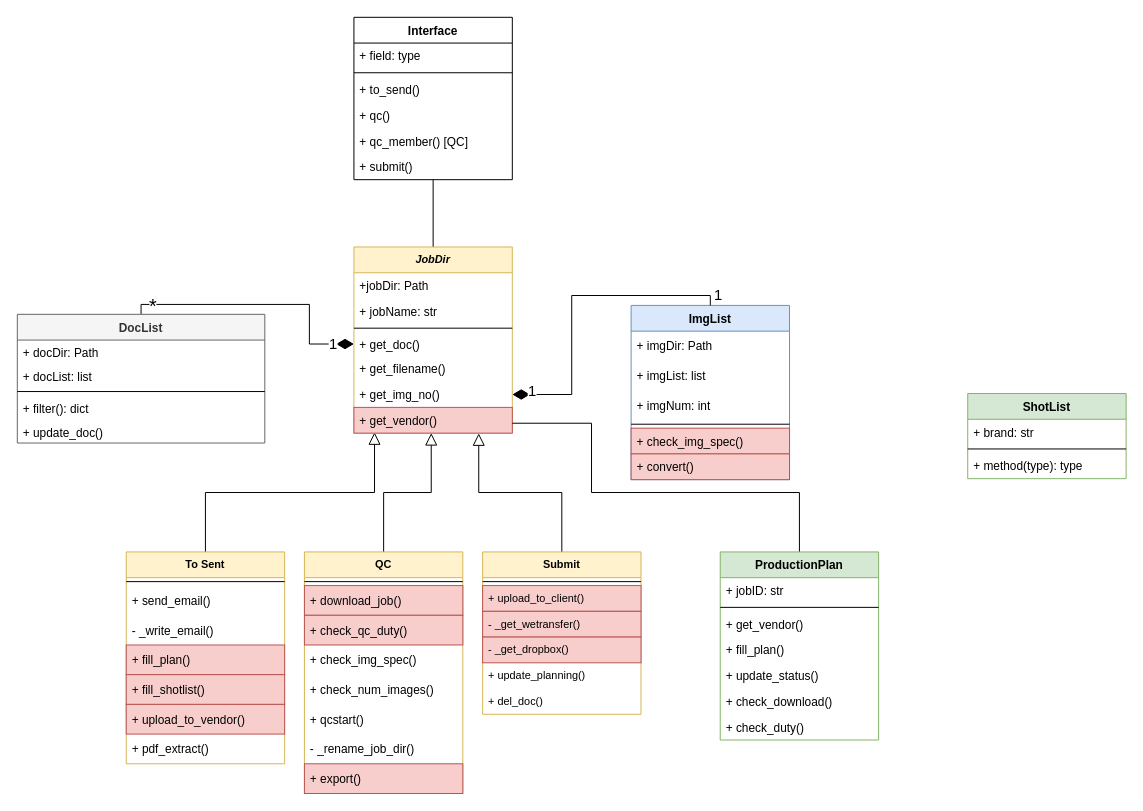
This is page "Class Diagram" (1 of 2) of python/IHS Class Diagram.drawio from pugtooone/IHS, a draw.io file, before an edit. Source tidied: cells renumbered, new cells numbered last; positions are measured from the earlier drawing's top-left corner, leaving out a move shared by most shapes. Both pictures are drawn from the tidied source at 99%, with x=0, y=0 at pixel (17, 17).
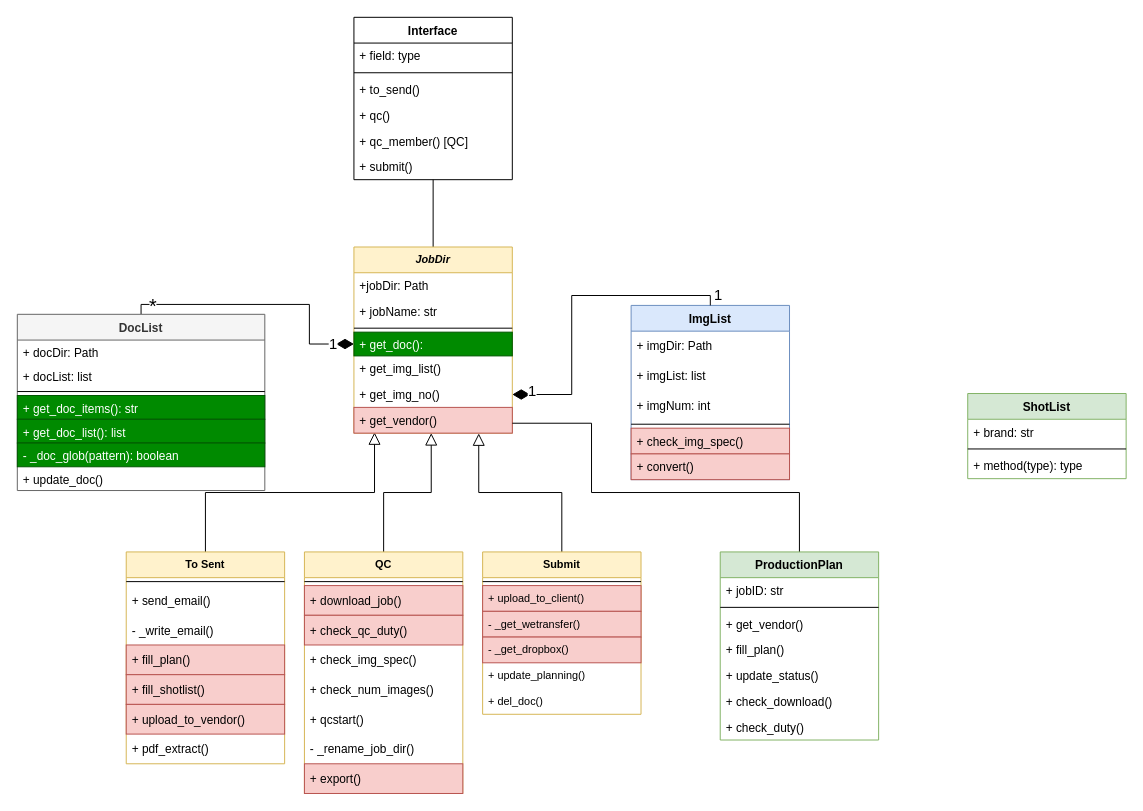
After the change.

The change refers to these unchanged cells:
```xml
<mxCell id="38" value="JobDir" style="swimlane;fontStyle=3;align=center;verticalAlign=top;horizontal=1;startSize=26;fontSize=11;fillColor=#fff2cc;strokeColor=#d6b656;" parent="1" vertex="1">
  <mxGeometry x="340" y="232" width="160" height="188" as="geometry" />
</mxCell>
```

Diff of the diagram source:
```diff
@@
     <mxCell id="5" value="DocList" style="swimlane;fontStyle=1;align=center;verticalAlign=top;horizontal=1;startSize=26;fillColor=#f5f5f5;strokeColor=#666666;fontColor=#333333;" parent="1" vertex="1">
-      <mxGeometry y="300" width="250" height="130" as="geometry" />
+      <mxGeometry y="300" width="250" height="178" as="geometry" />
     </mxCell>
@@
+    <mxCell id="77" value="+ get_doc_items(): str" style="text;strokeColor=#005700;fillColor=#008a00;align=left;verticalAlign=top;spacingLeft=4;spacingRight=4;overflow=hidden;fontColor=#ffffff;" parent="5" vertex="1">
+      <mxGeometry y="82" width="250" height="24" as="geometry" />
+    </mxCell>
-    <mxCell id="9" value="+ filter(): dict" style="text;strokeColor=none;fillColor=none;align=left;verticalAlign=top;spacingLeft=4;spacingRight=4;overflow=hidden;" parent="5" vertex="1">
-      <mxGeometry y="82" width="250" height="24" as="geometry" />
+    <mxCell id="9" value="+ get_doc_list(): list" style="text;strokeColor=#005700;fillColor=#008a00;align=left;verticalAlign=top;spacingLeft=4;spacingRight=4;overflow=hidden;fontColor=#ffffff;" parent="5" vertex="1">
+      <mxGeometry y="106" width="250" height="24" as="geometry" />
     </mxCell>
+    <mxCell id="78" value="- _doc_glob(pattern): boolean" style="text;strokeColor=#005700;fillColor=#008a00;align=left;verticalAlign=top;spacingLeft=4;spacingRight=4;overflow=hidden;fontColor=#ffffff;" parent="5" vertex="1">
+      <mxGeometry y="130" width="250" height="24" as="geometry" />
+    </mxCell>
     <mxCell id="10" value="+ update_doc()" style="text;strokeColor=none;fillColor=none;align=left;verticalAlign=top;spacingLeft=4;spacingRight=4;overflow=hidden;" parent="5" vertex="1">
-      <mxGeometry y="106" width="250" height="24" as="geometry" />
+      <mxGeometry y="154" width="250" height="24" as="geometry" />
     </mxCell>
@@
-    <mxCell id="42" value="+ get_doc()" style="text;strokeColor=none;fillColor=none;align=left;verticalAlign=top;spacingLeft=4;spacingRight=4;overflow=hidden;points=[[0,0.5],[1,0.5]];portConstraint=eastwest;fontSize=12;" parent="38" vertex="1">
+    <mxCell id="42" value="+ get_doc(): " style="text;strokeColor=#005700;fillColor=#008a00;align=left;verticalAlign=top;spacingLeft=4;spacingRight=4;overflow=hidden;points=[[0,0.5],[1,0.5]];portConstraint=eastwest;fontSize=12;fontColor=#ffffff;" parent="38" vertex="1">
       <mxGeometry y="86" width="160" height="24" as="geometry" />
     </mxCell>
-    <mxCell id="43" value="+ get_filename()" style="text;strokeColor=none;fillColor=none;align=left;verticalAlign=top;spacingLeft=4;spacingRight=4;overflow=hidden;fontSize=12;" parent="38" vertex="1">
+    <mxCell id="43" value="+ get_img_list()" style="text;strokeColor=none;fillColor=none;align=left;verticalAlign=top;spacingLeft=4;spacingRight=4;overflow=hidden;fontSize=12;" parent="38" vertex="1">
       <mxGeometry y="110" width="160" height="26" as="geometry" />
     </mxCell>
```
